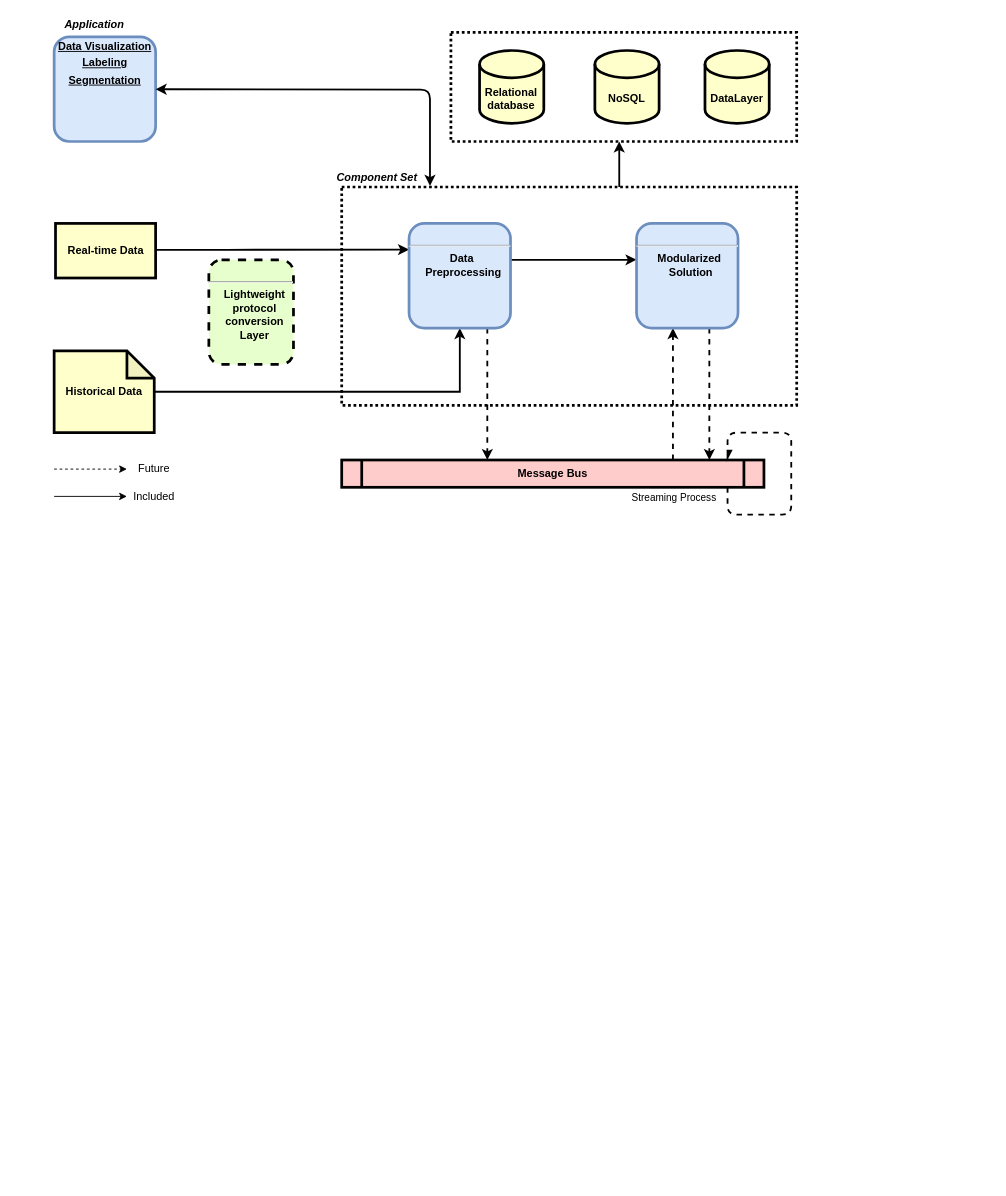
Before: enhanced-data-flow.drawio in licongchao/Customized-Charts, a draw.io diagram. Source tidied: cells renumbered, new cells numbered last; positions are measured from the earlier drawing's top-left corner, leaving out a move shared by most shapes. Both pictures are drawn from the tidied source at 91%, with x=0, y=0 at pixel (15, 15).
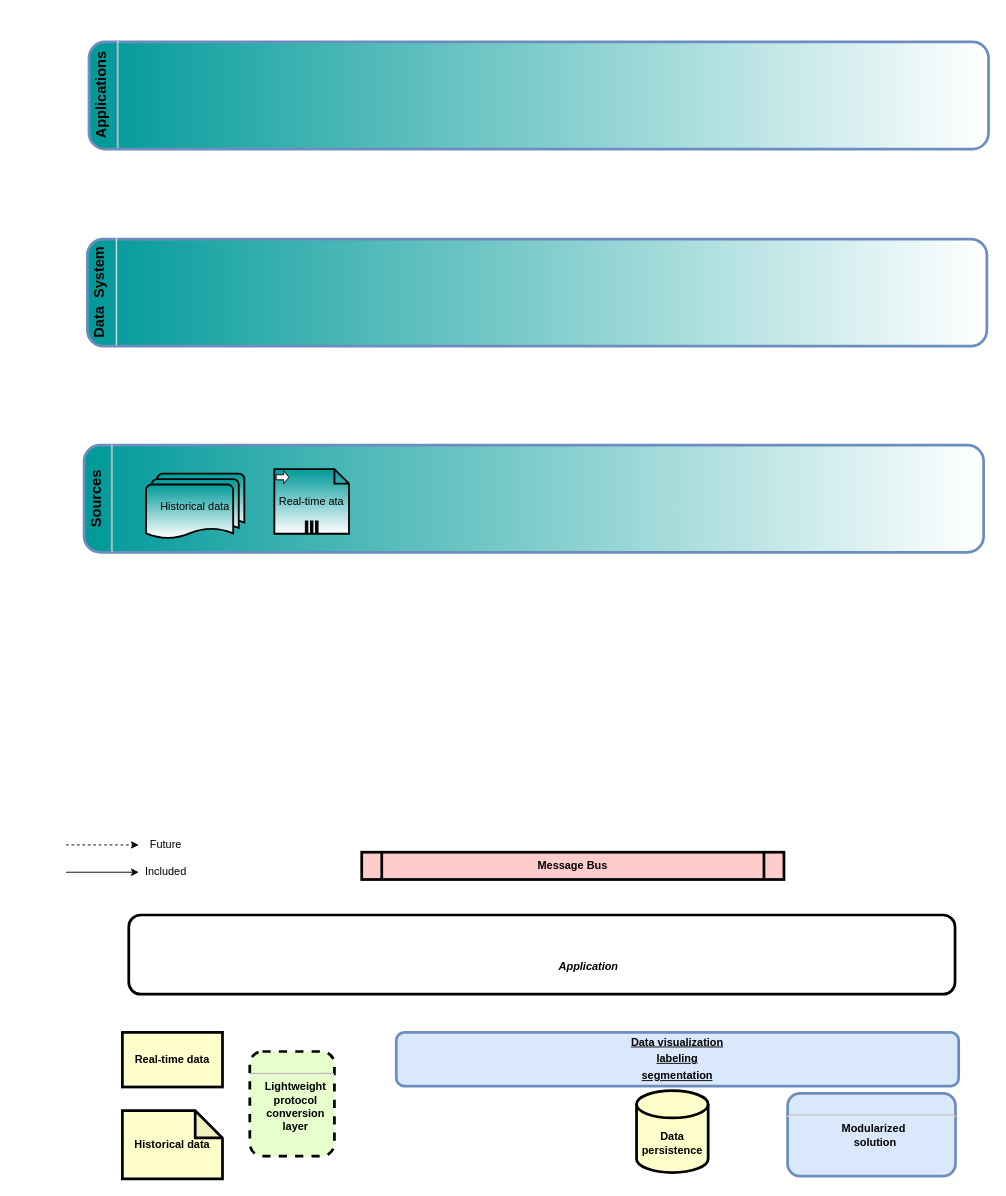
The same page after the edit.

Change to the diagram source:
```diff
@@
-    <mxCell id="2" style="edgeStyle=orthogonalEdgeStyle;rounded=1;sketch=0;jumpStyle=arc;orthogonalLoop=1;jettySize=auto;html=1;entryX=0.75;entryY=1;entryDx=0;entryDy=0;strokeWidth=2;exitX=0.81;exitY=0;exitDx=0;exitDy=0;exitPerimeter=0;" parent="1" edge="1">
-      <mxGeometry relative="1" as="geometry">
-        <mxPoint x="663" y="188" as="sourcePoint" />
-        <mxPoint x="663" y="138" as="targetPoint" />
-      </mxGeometry>
-    </mxCell>
-    <mxCell id="3" style="rounded=0;whiteSpace=wrap;html=1;strokeWidth=3;dashed=1;gradientColor=#ffffff;dashPattern=1 1;" parent="1" vertex="1">
-      <mxGeometry x="358" y="188" width="500" height="240" as="geometry" />
-    </mxCell>
-    <mxCell id="4" style="edgeStyle=orthogonalEdgeStyle;rounded=0;jettySize=auto;html=1;strokeWidth=2;entryX=0;entryY=0.25;entryDx=0;entryDy=0;" parent="1" edge="1" source="5" target="13">
-      <mxGeometry relative="1" as="geometry">
-        <Array as="points">
-          <mxPoint x="232" y="257" />
-          <mxPoint x="232" y="257" />
-        </Array>
-      </mxGeometry>
-    </mxCell>
-    <mxCell id="5" value="Real-time Data" style="whiteSpace=wrap;align=center;verticalAlign=middle;fontStyle=1;strokeWidth=3;fillColor=#FFFFCC;" parent="1" vertex="1">
-      <mxGeometry x="43.5" y="228" width="110" height="60" as="geometry" />
+    <mxCell id="5" value="Real-time data" style="whiteSpace=wrap;align=center;verticalAlign=middle;fontStyle=1;strokeWidth=3;fillColor=#FFFFCC;" parent="1" vertex="1">
+      <mxGeometry x="117" y="1117" width="110" height="60" as="geometry" />
     </mxCell>
-    <mxCell id="6" value="&lt;p style=&quot;margin: 0px ; margin-top: 4px ; text-align: center ; text-decoration: underline&quot;&gt;&lt;strong&gt;&lt;br&gt;&lt;/strong&gt;&lt;/p&gt;&lt;hr&gt;&lt;p style=&quot;margin: 0px ; margin-left: 8px&quot;&gt;Lightweight&lt;/p&gt;&lt;p style=&quot;margin: 0px ; margin-left: 8px&quot;&gt;protocol&lt;/p&gt;&lt;p style=&quot;margin: 0px ; margin-left: 8px&quot;&gt;conversion&lt;/p&gt;&lt;p style=&quot;margin: 0px ; margin-left: 8px&quot;&gt;Layer&lt;/p&gt;&lt;p style=&quot;margin: 0px ; margin-left: 8px&quot;&gt;&lt;br&gt;&lt;/p&gt;" style="verticalAlign=middle;align=center;overflow=fill;fontSize=12;fontFamily=Helvetica;html=1;rounded=1;fontStyle=1;strokeWidth=3;fillColor=#E6FFCC;dashed=1;" parent="1" vertex="1">
-      <mxGeometry x="212" y="268" width="93" height="115" as="geometry" />
+    <mxCell id="6" value="&lt;p style=&quot;margin: 0px ; margin-top: 4px ; text-align: center ; text-decoration: underline&quot;&gt;&lt;strong&gt;&lt;br&gt;&lt;/strong&gt;&lt;/p&gt;&lt;hr&gt;&lt;p style=&quot;margin: 0px ; margin-left: 8px&quot;&gt;Lightweight&lt;/p&gt;&lt;p style=&quot;margin: 0px ; margin-left: 8px&quot;&gt;protocol&lt;/p&gt;&lt;p style=&quot;margin: 0px ; margin-left: 8px&quot;&gt;conversion&lt;/p&gt;&lt;p style=&quot;margin: 0px ; margin-left: 8px&quot;&gt;layer&lt;/p&gt;&lt;p style=&quot;margin: 0px ; margin-left: 8px&quot;&gt;&lt;br&gt;&lt;/p&gt;" style="verticalAlign=middle;align=center;overflow=fill;fontSize=12;fontFamily=Helvetica;html=1;rounded=1;fontStyle=1;strokeWidth=3;fillColor=#E6FFCC;dashed=1;" parent="1" vertex="1">
+      <mxGeometry x="257" y="1138" width="93" height="115" as="geometry" />
     </mxCell>
-    <mxCell id="7" style="edgeStyle=orthogonalEdgeStyle;rounded=1;jettySize=auto;html=1;dashed=1;strokeWidth=2;" parent="1" edge="1" source="8" target="15">
-      <mxGeometry relative="1" as="geometry">
-        <Array as="points">
-          <mxPoint x="722" y="388" />
-          <mxPoint x="722" y="388" />
-        </Array>
-      </mxGeometry>
-    </mxCell>
     <mxCell id="8" value="Message Bus" style="shape=process;whiteSpace=wrap;align=center;verticalAlign=middle;size=0.0475;fontStyle=1;strokeWidth=3;fillColor=#FFCCCC;" parent="1" vertex="1">
-      <mxGeometry x="358" y="488" width="464" height="30" as="geometry" />
+      <mxGeometry x="380" y="919" width="464" height="30" as="geometry" />
     </mxCell>
-    <mxCell id="9" style="edgeStyle=orthogonalEdgeStyle;rounded=0;jettySize=auto;html=1;strokeWidth=2;" parent="1" edge="1" source="10" target="13">
-      <mxGeometry relative="1" as="geometry" />
-    </mxCell>
-    <mxCell id="10" value="&lt;b&gt;Historical Data&lt;/b&gt;" style="shape=note;whiteSpace=wrap;html=1;backgroundOutline=1;darkOpacity=0.05;strokeWidth=3;fillColor=#FFFFCC;" parent="1" vertex="1">
-      <mxGeometry x="42" y="368" width="110" height="90" as="geometry" />
+    <mxCell id="10" value="&lt;b&gt;Historical data&lt;/b&gt;" style="shape=note;whiteSpace=wrap;html=1;backgroundOutline=1;darkOpacity=0.05;strokeWidth=3;fillColor=#FFFFCC;" parent="1" vertex="1">
+      <mxGeometry x="117" y="1203" width="110" height="75" as="geometry" />
     </mxCell>
-    <mxCell id="11" style="edgeStyle=orthogonalEdgeStyle;rounded=1;jettySize=auto;html=1;strokeWidth=2;dashed=1;" parent="1" edge="1" source="13" target="8">
-      <mxGeometry relative="1" as="geometry">
-        <Array as="points">
-          <mxPoint x="518" y="378" />
-          <mxPoint x="518" y="378" />
-        </Array>
-      </mxGeometry>
-    </mxCell>
-    <mxCell id="12" style="edgeStyle=orthogonalEdgeStyle;rounded=1;jettySize=auto;html=1;strokeWidth=2;" parent="1" edge="1" source="13" target="15">
-      <mxGeometry relative="1" as="geometry">
-        <Array as="points">
-          <mxPoint x="662" y="268" />
-          <mxPoint x="662" y="268" />
-        </Array>
-      </mxGeometry>
-    </mxCell>
-    <mxCell id="13" value="&lt;p style=&quot;margin: 0px ; margin-top: 4px ; text-align: center ; text-decoration: underline&quot;&gt;&lt;strong&gt;&lt;br&gt;&lt;/strong&gt;&lt;/p&gt;&lt;hr&gt;&lt;p style=&quot;margin: 0px ; margin-left: 8px&quot;&gt;Data&amp;nbsp;&lt;/p&gt;&lt;p style=&quot;margin: 0px ; margin-left: 8px&quot;&gt;Preprocessing&lt;/p&gt;" style="verticalAlign=middle;align=center;overflow=fill;fontSize=12;fontFamily=Helvetica;html=1;rounded=1;fontStyle=1;strokeWidth=3;fillColor=#dae8fc;strokeColor=#6c8ebf;" parent="1" vertex="1">
-      <mxGeometry x="432" y="228" width="111.5" height="115" as="geometry" />
-    </mxCell>
-    <mxCell id="14" style="edgeStyle=orthogonalEdgeStyle;rounded=1;jettySize=auto;html=1;strokeWidth=2;dashed=1;" parent="1" edge="1" source="15" target="8">
-      <mxGeometry relative="1" as="geometry">
-        <Array as="points">
-          <mxPoint x="762" y="398" />
-          <mxPoint x="762" y="398" />
-        </Array>
-      </mxGeometry>
-    </mxCell>
-    <mxCell id="15" value="&lt;p style=&quot;margin: 0px ; margin-top: 4px ; text-align: center ; text-decoration: underline&quot;&gt;&lt;strong&gt;&lt;br&gt;&lt;/strong&gt;&lt;/p&gt;&lt;hr&gt;&lt;p style=&quot;margin: 0px ; margin-left: 8px&quot;&gt;Modularized&amp;nbsp;&lt;/p&gt;&lt;p style=&quot;margin: 0px ; margin-left: 8px&quot;&gt;Solution&lt;/p&gt;" style="verticalAlign=middle;align=center;overflow=fill;fontSize=12;fontFamily=Helvetica;html=1;rounded=1;fontStyle=1;strokeWidth=3;fillColor=#dae8fc;strokeColor=#6c8ebf;" parent="1" vertex="1">
-      <mxGeometry x="682" y="228" width="111.5" height="115" as="geometry" />
+    <mxCell id="15" value="&lt;p style=&quot;margin: 0px ; margin-top: 4px ; text-align: center ; text-decoration: underline&quot;&gt;&lt;strong&gt;&lt;br&gt;&lt;/strong&gt;&lt;/p&gt;&lt;hr&gt;&lt;p style=&quot;margin: 0px ; margin-left: 8px&quot;&gt;Modularized&amp;nbsp;&lt;/p&gt;&lt;p style=&quot;margin: 0px ; margin-left: 8px&quot;&gt;solution&lt;/p&gt;" style="verticalAlign=middle;align=center;overflow=fill;fontSize=12;fontFamily=Helvetica;html=1;rounded=1;fontStyle=1;strokeWidth=3;fillColor=#dae8fc;strokeColor=#6c8ebf;" parent="1" vertex="1">
+      <mxGeometry x="848" y="1184" width="184.5" height="91" as="geometry" />
     </mxCell>
-    <mxCell id="16" style="group;dashed=1;dashPattern=1 1;" parent="1" vertex="1">
-      <mxGeometry x="478" y="18" width="380" height="120" as="geometry" />
-    </mxCell>
-    <mxCell id="17" style="rounded=0;whiteSpace=wrap;html=1;strokeWidth=3;dashed=1;dashPattern=1 1;" parent="16" vertex="1">
-      <mxGeometry width="380" height="120" as="geometry" />
-    </mxCell>
-    <mxCell id="18" value="&lt;b&gt;Relational database&lt;/b&gt;" style="shape=cylinder3;whiteSpace=wrap;html=1;boundedLbl=1;backgroundOutline=1;size=15;strokeWidth=3;fillColor=#FFFFCC;" parent="16" vertex="1">
-      <mxGeometry x="31.5" y="20" width="70.6" height="80" as="geometry" />
-    </mxCell>
-    <mxCell id="19" value="&lt;b&gt;NoSQL&lt;/b&gt;" style="shape=cylinder3;whiteSpace=wrap;html=1;boundedLbl=1;backgroundOutline=1;size=15;strokeWidth=3;fillColor=#FFFFCC;" parent="16" vertex="1">
-      <mxGeometry x="158.2" y="20" width="70.6" height="80" as="geometry" />
-    </mxCell>
-    <mxCell id="20" value="&lt;b&gt;DataLayer&lt;/b&gt;" style="shape=cylinder3;whiteSpace=wrap;html=1;boundedLbl=1;backgroundOutline=1;size=15;strokeWidth=3;fillColor=#FFFFCC;" parent="16" vertex="1">
-      <mxGeometry x="279.2" y="20" width="70.6" height="80" as="geometry" />
-    </mxCell>
-    <mxCell id="21" value="&lt;b&gt;&lt;i&gt;Component Set&lt;/i&gt;&lt;/b&gt;" style="text;html=1;strokeColor=none;fillColor=none;align=center;verticalAlign=middle;whiteSpace=wrap;rounded=0;dashed=1;dashPattern=1 4;" parent="1" vertex="1">
-      <mxGeometry x="342" y="168" width="110" height="20" as="geometry" />
-    </mxCell>
-    <mxCell id="22" value="&lt;p style=&quot;margin: 0px ; margin-top: 4px ; text-align: center ; text-decoration: underline&quot;&gt;Data Visualization&lt;/p&gt;&lt;p style=&quot;margin: 0px ; margin-top: 4px ; text-align: center ; text-decoration: underline&quot;&gt;Labeling&lt;/p&gt;&lt;p style=&quot;margin: 0px ; margin-top: 4px ; text-align: center ; text-decoration: underline&quot;&gt;Segmentation&lt;/p&gt;" style="verticalAlign=middle;align=center;overflow=fill;fontSize=12;fontFamily=Helvetica;html=1;rounded=1;fontStyle=1;strokeWidth=3;fillColor=#dae8fc;strokeColor=#6c8ebf;" parent="1" vertex="1">
-      <mxGeometry x="42" y="23" width="111.5" height="115" as="geometry" />
+    <mxCell id="22" value="&lt;p style=&quot;margin: 0px ; margin-top: 4px ; text-align: center ; text-decoration: underline&quot;&gt;Data visualization&lt;/p&gt;&lt;p style=&quot;margin: 0px ; margin-top: 4px ; text-align: center ; text-decoration: underline&quot;&gt;labeling&lt;/p&gt;&lt;p style=&quot;margin: 0px ; margin-top: 4px ; text-align: center ; text-decoration: underline&quot;&gt;segmentation&lt;/p&gt;" style="verticalAlign=middle;align=center;overflow=fill;fontSize=12;fontFamily=Helvetica;html=1;rounded=1;fontStyle=1;strokeWidth=3;fillColor=#dae8fc;strokeColor=#6c8ebf;" parent="1" vertex="1">
+      <mxGeometry x="418" y="1117" width="618" height="59" as="geometry" />
     </mxCell>
     <mxCell id="23" value="&lt;b&gt;&lt;i&gt;Application&lt;/i&gt;&lt;/b&gt;" style="text;html=1;strokeColor=none;fillColor=none;align=center;verticalAlign=middle;whiteSpace=wrap;rounded=0;dashed=1;dashPattern=1 4;" parent="1" vertex="1">
-      <mxGeometry x="-0.5" width="172.5" height="20" as="geometry" />
+      <mxGeometry x="543" y="1035" width="172.5" height="20" as="geometry" />
     </mxCell>
-    <mxCell id="24" style="endArrow=classic;startArrow=classic;html=1;strokeWidth=2;strokeColor=none;" parent="1" edge="1" source="10" target="13">
-      <mxGeometry relative="1" as="geometry" />
-    </mxCell>
-    <mxCell id="25" style="endArrow=classic;startArrow=classic;html=1;strokeWidth=2;entryX=0.194;entryY=-0.005;entryDx=0;entryDy=0;entryPerimeter=0;" parent="1" edge="1" source="22" target="3">
-      <mxGeometry relative="1" as="geometry">
-        <Array as="points">
-          <mxPoint x="455" y="81" />
-        </Array>
-      </mxGeometry>
-    </mxCell>
-    <mxCell id="26" style="edgeStyle=orthogonalEdgeStyle;rounded=1;sketch=0;jumpStyle=arc;orthogonalLoop=1;jettySize=auto;html=1;endArrow=async;endFill=1;strokeWidth=2;dashed=1;" parent="1" edge="1">
-      <mxGeometry relative="1" as="geometry">
-        <mxPoint x="782" y="518" as="sourcePoint" />
-        <mxPoint x="782" y="488" as="targetPoint" />
-        <Array as="points">
-          <mxPoint x="782" y="548" />
-          <mxPoint x="852" y="548" />
-          <mxPoint x="852" y="458" />
-          <mxPoint x="782" y="458" />
-        </Array>
-      </mxGeometry>
-    </mxCell>
-    <mxCell id="27" value="Streaming Process" style="edgeLabel;html=1;align=center;verticalAlign=middle;" parent="26" vertex="1">
-      <mxGeometry x="0.04" y="-2" relative="1" as="geometry">
-        <mxPoint x="-132" y="31" as="offset" />
-      </mxGeometry>
-    </mxCell>
     <mxCell id="28" style="group;" parent="1" vertex="1">
-      <mxGeometry x="42" y="488" width="130" height="50" as="geometry" />
+      <mxGeometry x="55" y="901" width="130" height="50" as="geometry" />
     </mxCell>
@@
+    <mxCell id="33" value="&lt;b&gt;Data persistence&lt;/b&gt;" style="shape=cylinder3;whiteSpace=wrap;html=1;boundedLbl=1;backgroundOutline=1;size=15;strokeWidth=3;fillColor=#FFFFCC;" parent="1" vertex="1">
+      <mxGeometry x="682" y="1181" width="78.7" height="90" as="geometry" />
+    </mxCell>
+    <mxCell id="34" style="rounded=1;whiteSpace=wrap;html=1;strokeColor=#000000;strokeWidth=3;fillColor=none;" parent="1" vertex="1">
+      <mxGeometry x="124" y="988" width="908" height="87" as="geometry" />
+    </mxCell>
+    <mxCell id="35" style="endArrow=classic;startArrow=classic;html=1;strokeWidth=2;strokeColor=none;" parent="1" edge="1" source="10" target="38">
+      <mxGeometry relative="1" as="geometry" />
+    </mxCell>
+    <mxCell id="36" style="group;" parent="1" vertex="1">
+      <mxGeometry x="118" y="23" width="907.8" height="572" as="geometry" />
+    </mxCell>
+    <mxCell id="13" value="&lt;p style=&quot;margin: 4px 0px 0px ; text-align: center ; font-size: 16px&quot;&gt;&lt;strong&gt;&lt;font style=&quot;font-size: 16px&quot;&gt;Applications&lt;/font&gt;&lt;/strong&gt;&lt;/p&gt;&lt;hr style=&quot;font-size: 16px&quot;&gt;&lt;p style=&quot;margin: 0px 0px 0px 8px ; font-size: 16px&quot;&gt;&lt;br&gt;&lt;/p&gt;" style="verticalAlign=middle;align=center;overflow=fill;fontSize=12;fontFamily=Helvetica;html=1;rounded=1;fontStyle=1;strokeWidth=3;strokeColor=#6c8ebf;direction=west;rotation=-90;fillColor=#009999;gradientColor=#ffffff;gradientDirection=north;" parent="36" vertex="1">
+      <mxGeometry x="397.7" y="-429.8" width="117.7" height="988.5" as="geometry" />
+    </mxCell>
+    <mxCell id="37" value="&lt;p style=&quot;margin: 4px 0px 0px ; text-align: center ; font-size: 16px&quot;&gt;&lt;strong&gt;&lt;font style=&quot;font-size: 16px&quot;&gt;Data&amp;nbsp; System&lt;/font&gt;&lt;/strong&gt;&lt;/p&gt;&lt;hr style=&quot;font-size: 16px&quot;&gt;&lt;p style=&quot;margin: 0px 0px 0px 8px ; font-size: 16px&quot;&gt;&lt;br&gt;&lt;/p&gt;" style="verticalAlign=middle;align=center;overflow=fill;fontSize=12;fontFamily=Helvetica;html=1;rounded=1;fontStyle=1;strokeWidth=3;strokeColor=#6c8ebf;direction=west;rotation=-90;fillColor=#009999;gradientColor=#ffffff;gradientDirection=north;" parent="36" vertex="1">
+      <mxGeometry x="395.9" y="-213.2" width="117.7" height="988.5" as="geometry" />
+    </mxCell>
+    <mxCell id="38" value="&lt;p style=&quot;margin: 4px 0px 0px ; text-align: center ; font-size: 14px&quot;&gt;&lt;strong&gt;&lt;font style=&quot;font-size: 16px&quot;&gt;Sources&lt;/font&gt;&lt;/strong&gt;&lt;/p&gt;&lt;hr style=&quot;font-size: 14px&quot;&gt;&lt;p style=&quot;margin: 0px 0px 0px 8px ; font-size: 14px&quot;&gt;&lt;br&gt;&lt;/p&gt;" style="verticalAlign=middle;align=center;overflow=fill;fontSize=12;fontFamily=Helvetica;html=1;rounded=1;fontStyle=1;strokeWidth=3;strokeColor=#6c8ebf;direction=west;rotation=-90;fillColor=#009999;gradientColor=#ffffff;gradientDirection=north;" parent="36" vertex="1">
+      <mxGeometry x="392.3" y="13.3" width="117.7" height="988.5" as="geometry" />
+    </mxCell>
+    <mxCell id="24" style="endArrow=classic;startArrow=classic;html=1;strokeWidth=2;strokeColor=none;" parent="36" edge="1" source="38" target="13">
+      <mxGeometry relative="1" as="geometry" />
+    </mxCell>
+    <mxCell id="39" value="Historical data" style="strokeWidth=2;html=1;shape=mxgraph.flowchart.multi-document;whiteSpace=wrap;rounded=1;fillColor=#009999;gradientColor=#ffffff;" parent="36" vertex="1">
+      <mxGeometry x="25" y="480" width="108" height="72" as="geometry" />
+    </mxCell>
+    <mxCell id="40" value="Real-time ata" style="shape=note;whiteSpace=wrap;size=16;html=1;rounded=1;strokeWidth=2;fillColor=#009999;gradientColor=#ffffff;" parent="36" vertex="1">
+      <mxGeometry x="166" y="475" width="82" height="71" as="geometry" />
+    </mxCell>
+    <mxCell id="41" style="html=1;shape=singleArrow;arrowWidth=0.4;arrowSize=0.4;" parent="40" vertex="1">
+      <mxGeometry width="14" height="14" relative="1" as="geometry">
+        <mxPoint x="2" y="2" as="offset" />
+      </mxGeometry>
+    </mxCell>
+    <mxCell id="42" style="html=1;whiteSpace=wrap;shape=parallelMarker;" parent="40" vertex="1">
+      <mxGeometry x="0.5" y="1" width="14" height="14" relative="1" as="geometry">
+        <mxPoint x="-7" y="-14" as="offset" />
+      </mxGeometry>
+    </mxCell>
```
